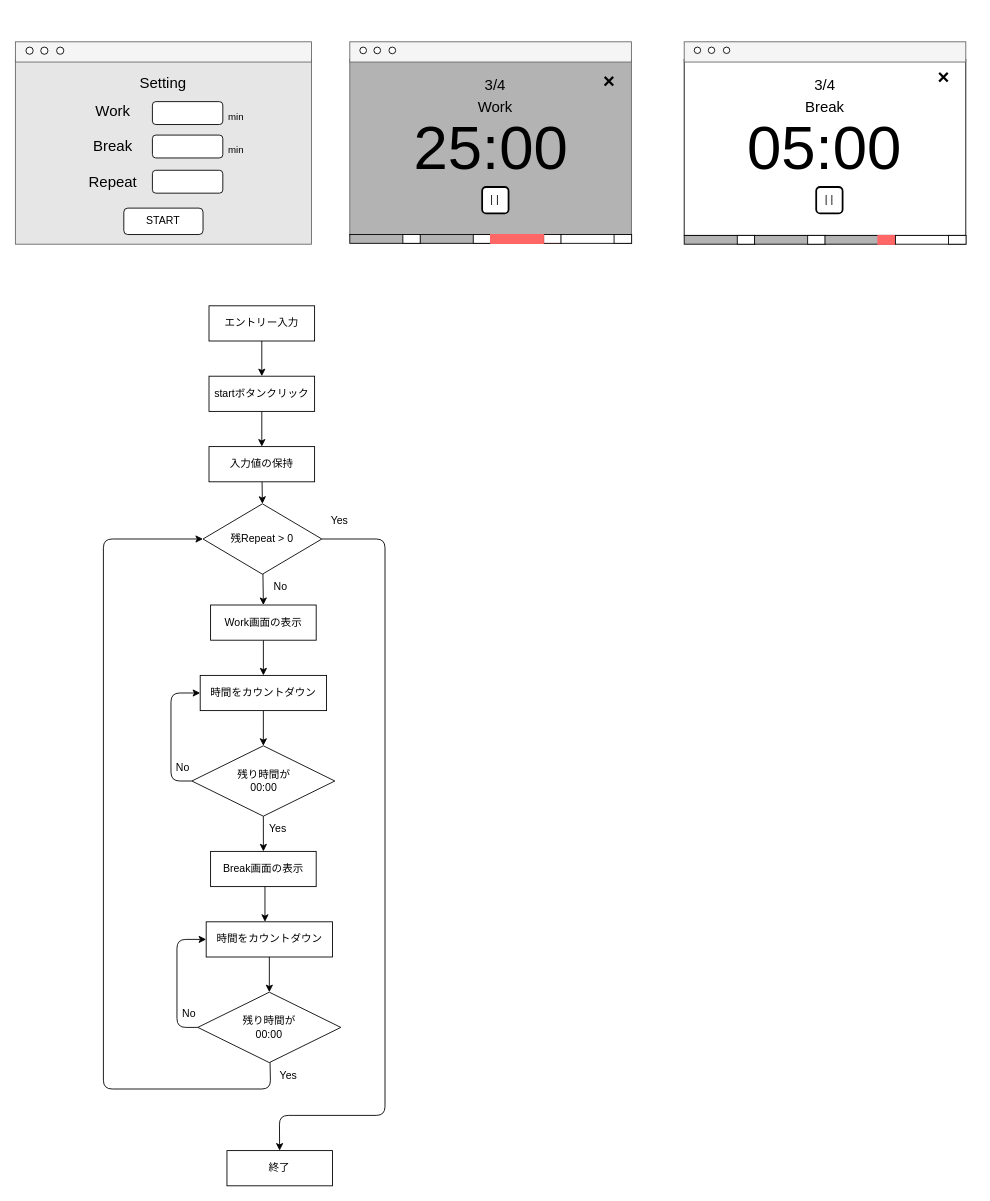
This is image.drawio from yamada814/Pomodoro, a draw.io file, before an edit. Source tidied: cells renumbered, new cells numbered last; positions are measured from the earlier drawing's top-left corner, leaving out a move shared by most shapes. Both pictures are drawn from the tidied source at 88%, with x=0, y=0 at pixel (15, 15).
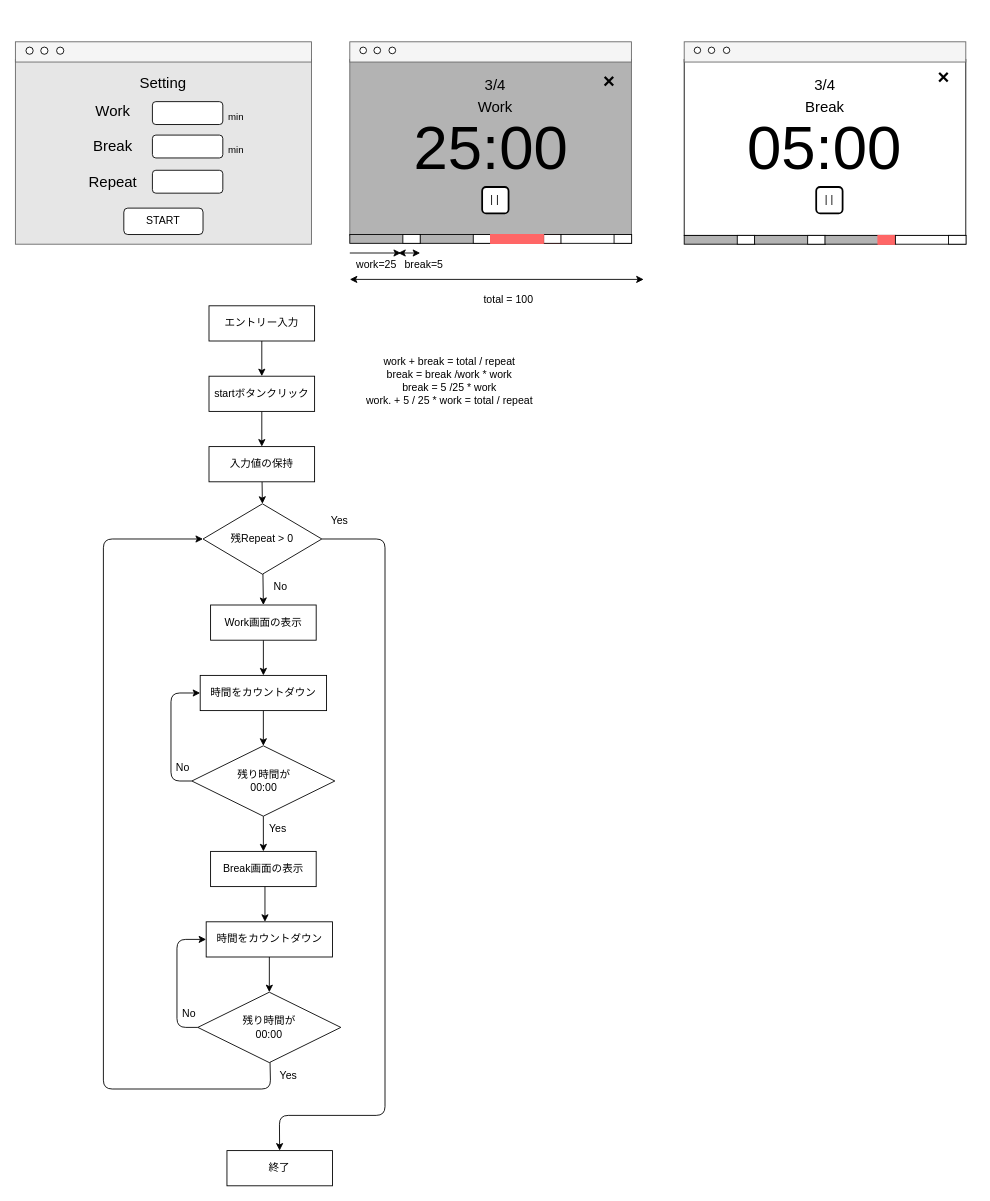
After the change.

Change to the diagram source:
```diff
@@
+    <mxCell id="102" style="endArrow=classic;startArrow=classic;html=1;" parent="1" edge="1">
+      <mxGeometry relative="1" as="geometry">
+        <mxPoint x="380" y="300" as="sourcePoint" />
+        <mxPoint x="714" y="300" as="targetPoint" />
+      </mxGeometry>
+    </mxCell>
+    <mxCell id="103" value="total = 100" style="text;html=1;align=center;verticalAlign=middle;strokeColor=none;fillColor=none;" parent="1" vertex="1">
+      <mxGeometry x="520" y="308" width="80" height="30" as="geometry" />
+    </mxCell>
+    <mxCell id="104" style="endArrow=classic;html=1;" parent="1" edge="1">
+      <mxGeometry relative="1" as="geometry">
+        <mxPoint x="380" y="270" as="sourcePoint" />
+        <mxPoint x="438.2" y="270" as="targetPoint" />
+      </mxGeometry>
+    </mxCell>
+    <mxCell id="105" value="work=25" style="text;html=1;align=center;verticalAlign=middle;strokeColor=none;fillColor=none;" parent="1" vertex="1">
+      <mxGeometry x="375" y="268" width="70" height="30" as="geometry" />
+    </mxCell>
+    <mxCell id="106" style="endArrow=classic;startArrow=classic;html=1;" parent="1" edge="1">
+      <mxGeometry relative="1" as="geometry">
+        <mxPoint x="435" y="270" as="sourcePoint" />
+        <mxPoint x="460" y="270" as="targetPoint" />
+      </mxGeometry>
+    </mxCell>
+    <mxCell id="107" value="break=5" style="text;html=1;align=center;verticalAlign=middle;strokeColor=none;fillColor=none;" parent="1" vertex="1">
+      <mxGeometry x="429" y="268" width="70" height="30" as="geometry" />
+    </mxCell>
+    <mxCell id="108" value="work + break = total / repeat&lt;div&gt;&lt;span style=&quot;background-color: transparent;&quot;&gt;break = break /work * work&lt;/span&gt;&lt;/div&gt;&lt;div&gt;&lt;span style=&quot;background-color: transparent;&quot;&gt;break = 5 /25 * work&lt;/span&gt;&lt;/div&gt;&lt;div&gt;&lt;span style=&quot;background-color: transparent;&quot;&gt;work. + 5 / 25 * work = total / repeat&lt;/span&gt;&lt;/div&gt;&lt;div&gt;&lt;span style=&quot;background-color: transparent;&quot;&gt;&lt;br&gt;&lt;/span&gt;&lt;/div&gt;&lt;div&gt;&lt;span style=&quot;background-color: transparent;&quot;&gt;&lt;br&gt;&lt;/span&gt;&lt;/div&gt;" style="text;html=1;align=center;verticalAlign=middle;strokeColor=none;fillColor=none;" parent="1" vertex="1">
+      <mxGeometry x="388.2" y="380" width="210" height="100" as="geometry" />
+    </mxCell>
```
